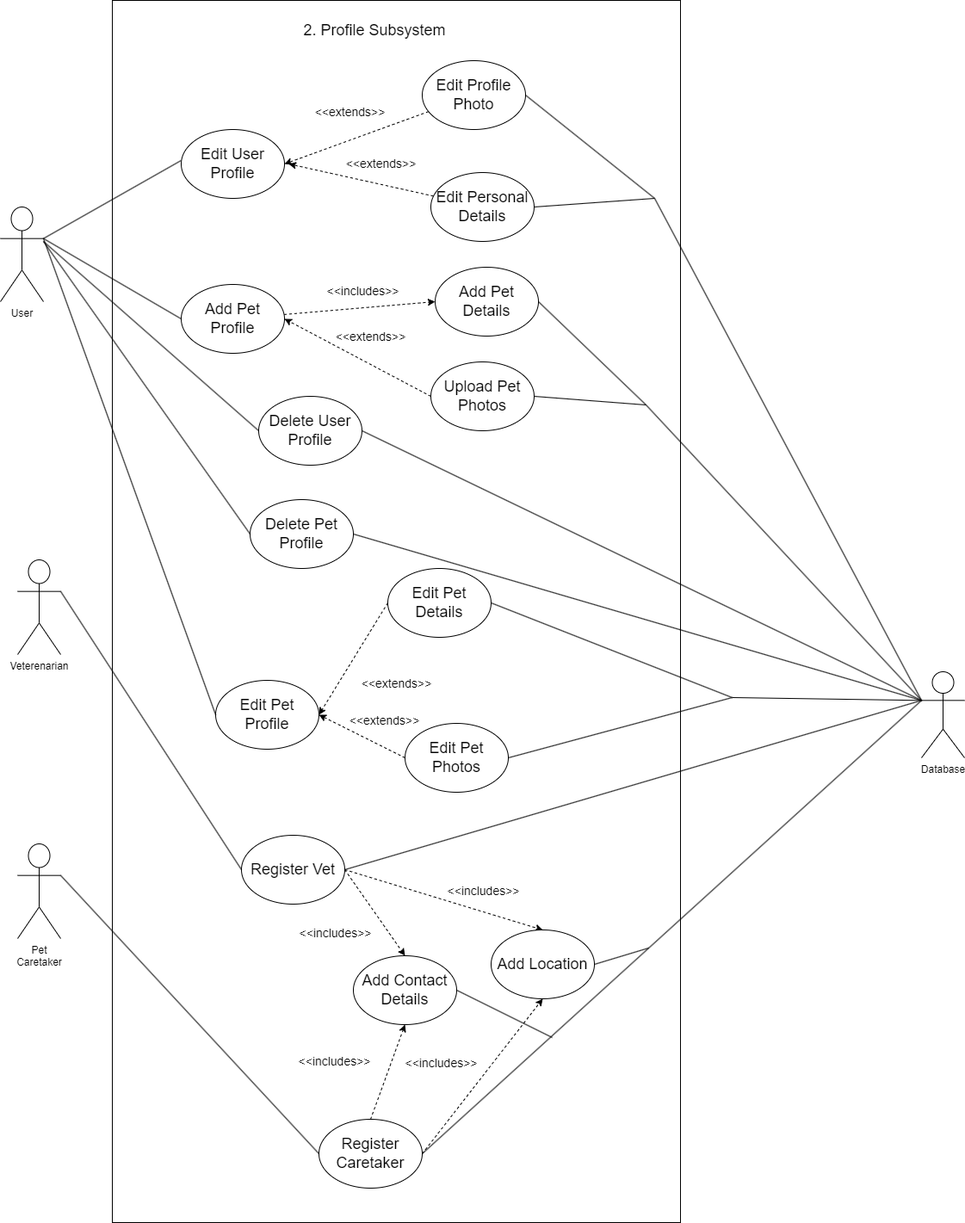
Earlier version of the draw.io export docs/doc_images/Profile.png (COS301-SE-2024/TailWaggr). Source tidied: cells renumbered, new cells last; positions are measured from the earlier drawing's top-left corner, leaving out a move shared by most shapes.
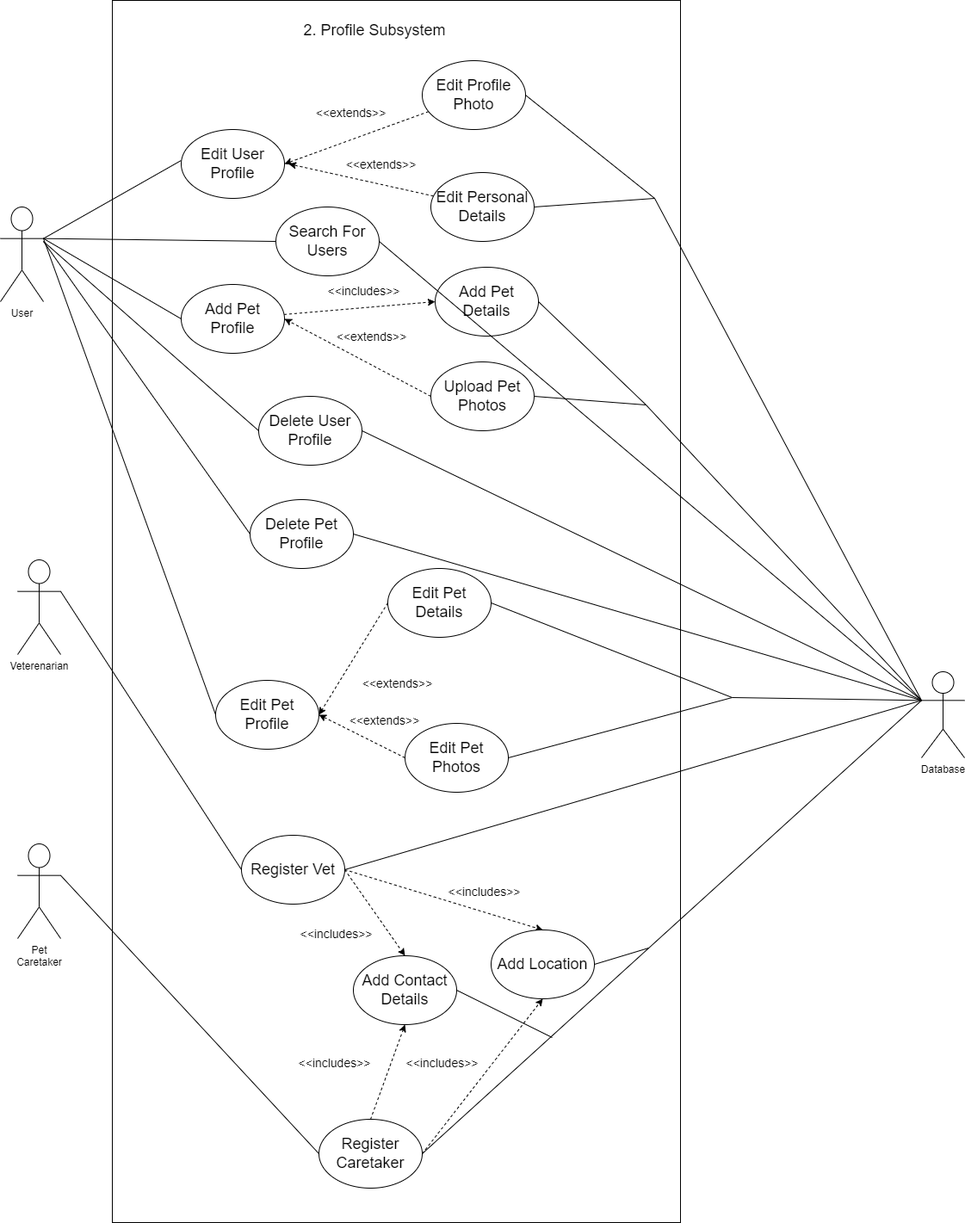
The same diagram one commit later.

Change to the diagram source:
```diff
@@ -239,5 +239,14 @@
         <mxPoint x="753" y="1101" as="targetPoint" />
       </mxGeometry>
     </mxCell>
+    <mxCell id="65" style="edgeStyle=none;html=1;fontSize=12;endArrow=none;endFill=0;exitX=1;exitY=0.3333333333333333;exitDx=0;exitDy=0;exitPerimeter=0;entryX=0;entryY=0.5;entryDx=0;entryDy=0;" parent="1" edge="1" source="4" target="66">
+      <mxGeometry relative="1" as="geometry" />
+    </mxCell>
+    <mxCell id="66" value="Search For Users" style="ellipse;whiteSpace=wrap;html=1;fontSize=18;" parent="1" vertex="1">
+      <mxGeometry x="320" y="240" width="120" height="80" as="geometry" />
+    </mxCell>
+    <mxCell id="67" style="edgeStyle=none;html=1;fontSize=12;endArrow=none;endFill=0;exitX=1;exitY=0.5;exitDx=0;exitDy=0;entryX=0;entryY=0.3333333333333333;entryDx=0;entryDy=0;entryPerimeter=0;" parent="1" edge="1" source="66" target="5">
+      <mxGeometry relative="1" as="geometry" />
+    </mxCell>
   </root>
 </mxGraphModel>
```
